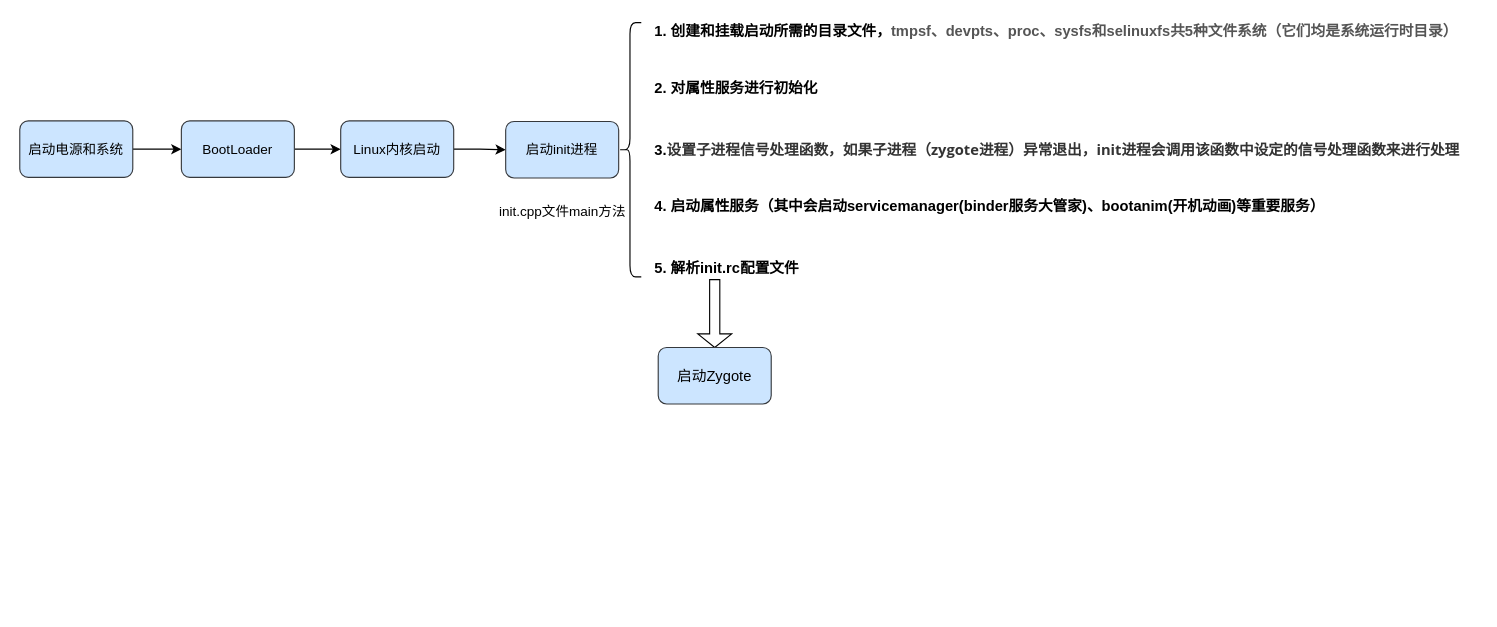
The draw.io diagram notes/design/Android系统的启动流程.drawio in yyht800/SiGuoYa, before the edit. Source tidied: cells renumbered, new cells numbered last; positions are measured from the earlier drawing's top-left corner, leaving out a move shared by most shapes. Both pictures are drawn from the tidied source at 113%, with x=0, y=0 at pixel (19, 19).
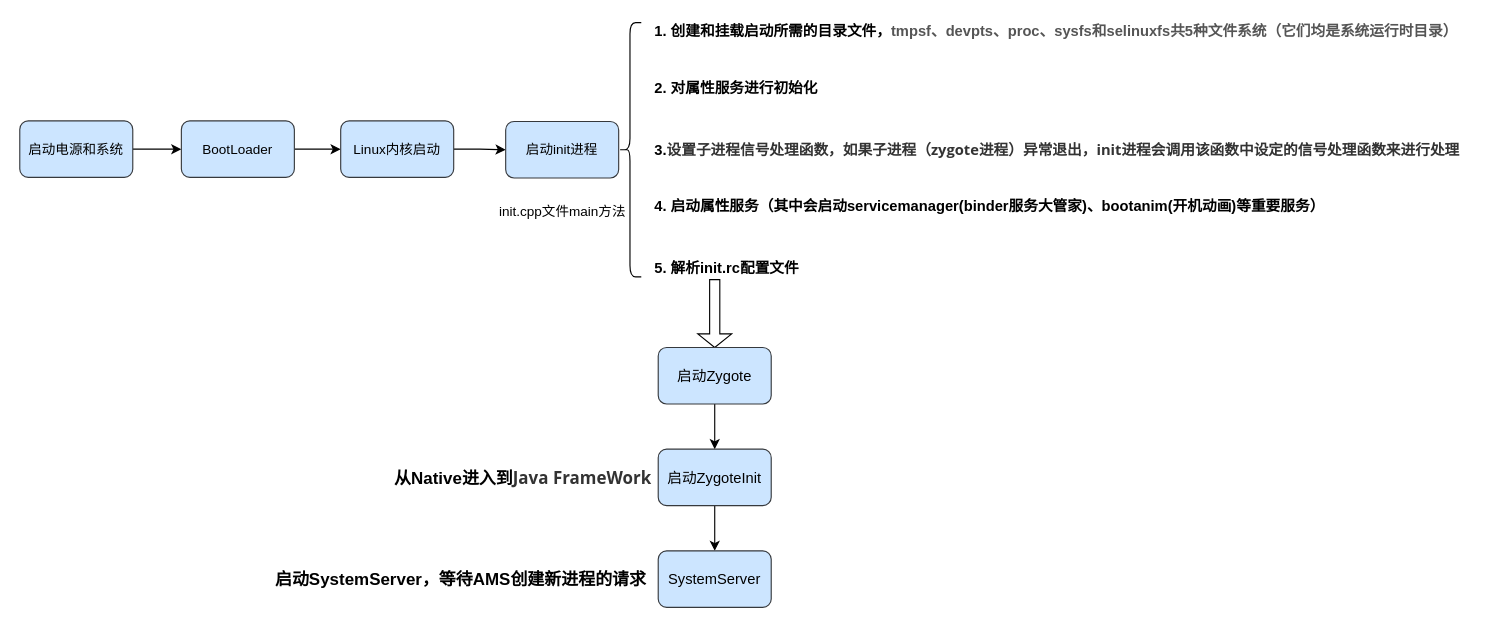
Above is the later version.

Commit message:
更新Android系统的启动流程.drawio

Unchanged cells that the change refers to:
```xml
<mxCell id="17" value="启动Zygote" style="rounded=1;whiteSpace=wrap;html=1;fillColor=#cce5ff;strokeColor=#36393d;fontFamily=Helvetica;fontSize=13;fontColor=#000000;align=center;" parent="1" vertex="1">
  <mxGeometry x="565" y="290" width="100" height="50" as="geometry" />
</mxCell>
```

What changed in the source:
```diff
@@
+    <mxCell id="18" style="edgeStyle=orthogonalEdgeStyle;rounded=0;jettySize=auto;html=1;exitX=0.5;exitY=1;exitDx=0;exitDy=0;entryX=0.5;entryY=0;entryDx=0;entryDy=0;fontFamily=Helvetica;fontSize=13;fontColor=#000000;" parent="1" edge="1" source="17" target="20">
+      <mxGeometry relative="1" as="geometry" />
+    </mxCell>
@@
+    <mxCell id="19" style="edgeStyle=orthogonalEdgeStyle;rounded=0;jettySize=auto;html=1;fontFamily=Helvetica;fontSize=15;fontColor=#000000;" parent="1" edge="1" source="20" target="22">
+      <mxGeometry relative="1" as="geometry" />
+    </mxCell>
+    <mxCell id="20" value="&lt;div style=&quot;text-align: left&quot;&gt;启动ZygoteInit&lt;/div&gt;" style="rounded=1;whiteSpace=wrap;html=1;fillColor=#cce5ff;strokeColor=#36393d;fontFamily=Helvetica;fontSize=13;fontColor=#000000;align=center;" parent="1" vertex="1">
+      <mxGeometry x="565" y="380" width="100" height="50" as="geometry" />
+    </mxCell>
+    <mxCell id="21" value="&lt;b style=&quot;font-size: 15px;&quot;&gt;从Native进入到&lt;span style=&quot;color: rgb(51, 51, 51); font-family: &amp;quot;open sans&amp;quot;, &amp;quot;clear sans&amp;quot;, &amp;quot;helvetica neue&amp;quot;, helvetica, arial, sans-serif; font-size: 15px; text-align: left; background-color: rgb(255, 255, 255);&quot;&gt;Java FrameWork&lt;/span&gt;&lt;/b&gt;" style="text;html=1;align=center;verticalAlign=middle;fontSize=15;fontFamily=Helvetica;fontColor=#000000;" parent="1" vertex="1">
+      <mxGeometry x="325" y="395" width="240" height="20" as="geometry" />
+    </mxCell>
+    <mxCell id="22" value="SystemServer" style="rounded=1;whiteSpace=wrap;html=1;fillColor=#cce5ff;strokeColor=#36393d;fontFamily=Helvetica;fontSize=13;fontColor=#000000;align=center;" parent="1" vertex="1">
+      <mxGeometry x="565" y="470" width="100" height="50" as="geometry" />
+    </mxCell>
+    <mxCell id="23" value="启动SystemServer，等待AMS创建新进程的请求" style="text;html=1;align=center;verticalAlign=middle;fontSize=15;fontFamily=Helvetica;fontColor=#000000;fontStyle=1;" parent="1" vertex="1">
+      <mxGeometry x="220" y="485" width="340" height="20" as="geometry" />
+    </mxCell>
```
